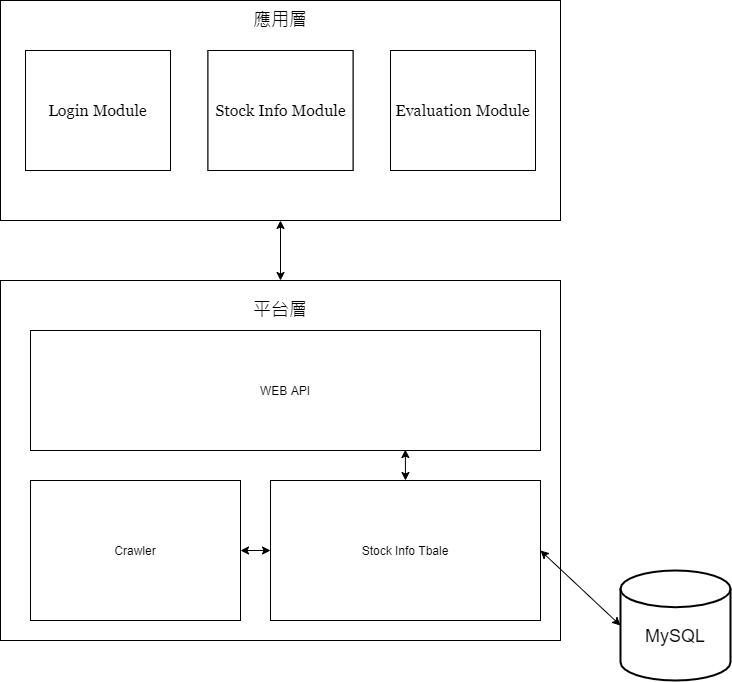
Earlier version of the draw.io export 架構圖.png (PJhunag/StockInfo). Source tidied: cells renumbered, new cells last; positions are measured from the earlier drawing's top-left corner, leaving out a move shared by most shapes.
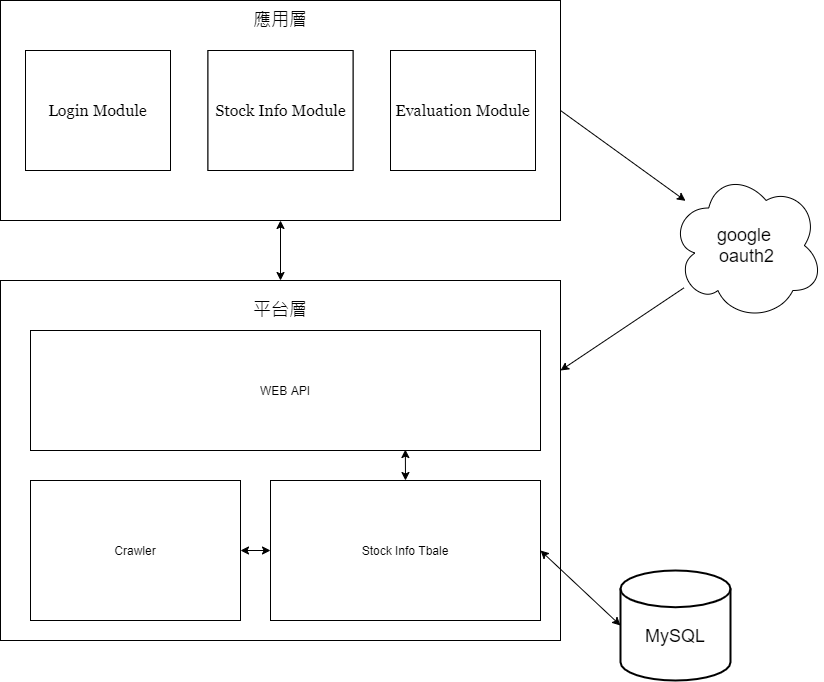
Above is the later version.

The edit, as a diff of the source:
```diff
@@ -53,5 +53,14 @@
     <mxCell id="18" style="endArrow=classic;startArrow=classic;html=1;fontFamily=Georgia;fontSize=16;exitX=0.5;exitY=0;exitDx=0;exitDy=0;entryX=0.735;entryY=0.992;entryDx=0;entryDy=0;entryPerimeter=0;" parent="1" edge="1" source="7" target="8">
       <mxGeometry relative="1" as="geometry" />
     </mxCell>
+    <mxCell id="19" value="google &lt;br&gt;oauth2" style="ellipse;shape=cloud;whiteSpace=wrap;html=1;fontSize=18;" parent="1" vertex="1">
+      <mxGeometry x="670" y="170" width="153" height="150" as="geometry" />
+    </mxCell>
+    <mxCell id="20" style="endArrow=classic;html=1;fontSize=18;exitX=1;exitY=0.5;exitDx=0;exitDy=0;" parent="1" edge="1" source="3" target="19">
+      <mxGeometry relative="1" as="geometry" />
+    </mxCell>
+    <mxCell id="21" style="endArrow=classic;html=1;fontSize=18;entryX=1;entryY=0.25;entryDx=0;entryDy=0;" parent="1" edge="1" source="19" target="4">
+      <mxGeometry relative="1" as="geometry" />
+    </mxCell>
   </root>
 </mxGraphModel>
```
